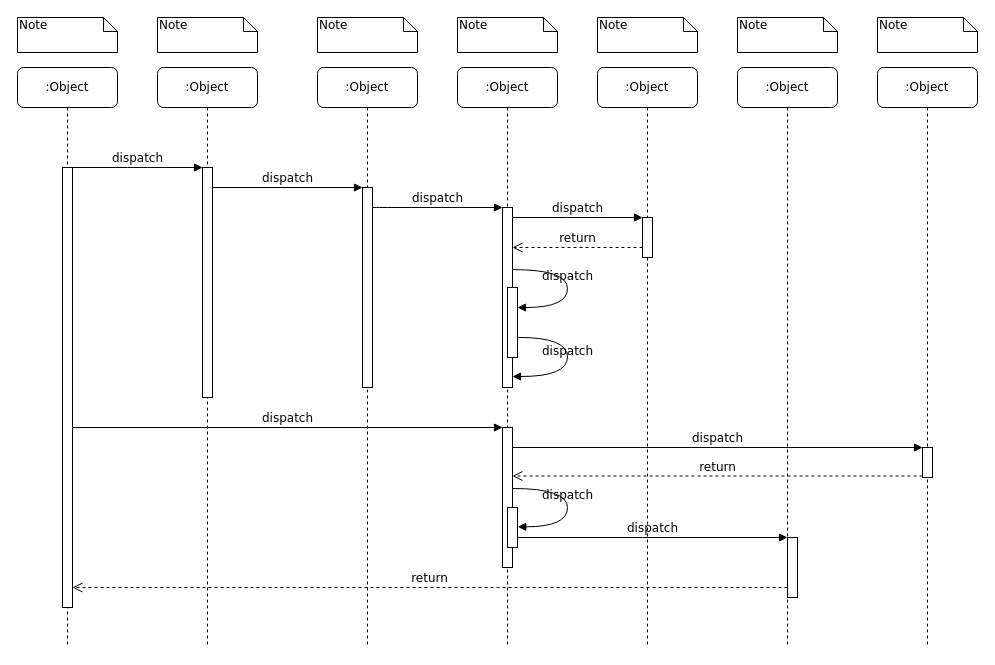
Above: server Diagram.drawio in acodetailor/uml (draw.io), before the change. Source tidied: cells renumbered, new cells numbered last; positions are measured from the earlier drawing's top-left corner, leaving out a move shared by most shapes. Both pictures are drawn from the tidied source at 100%, with x=0, y=0 at pixel (17, 17).
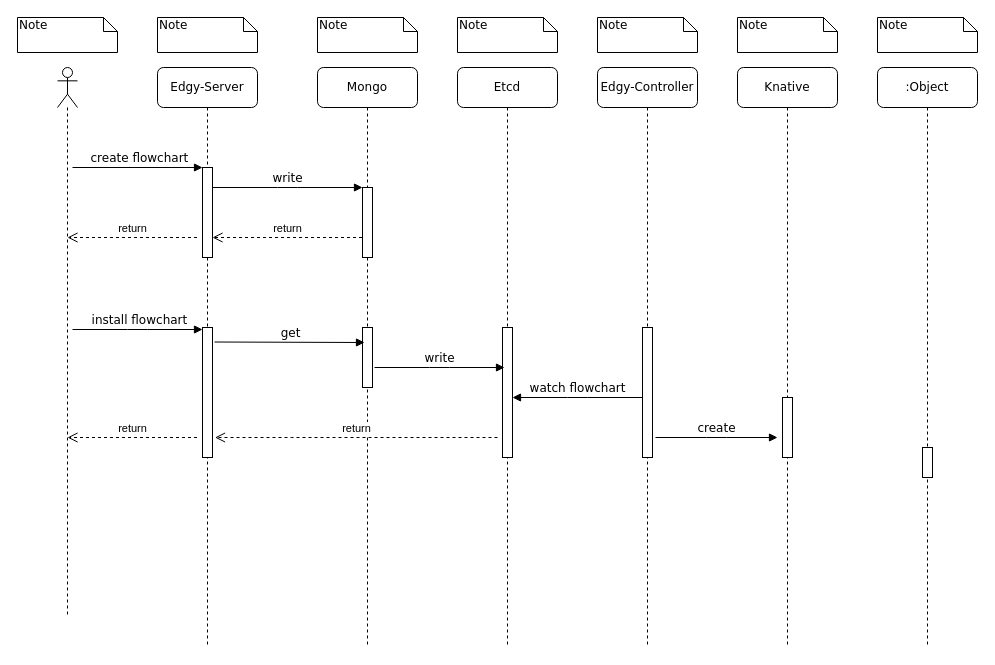
Above is the later version.

The change refers to these unchanged cells:
```xml
<mxCell id="19" style="html=1;points=[];perimeter=orthogonalPerimeter;rounded=0;shadow=0;comic=0;labelBackgroundColor=none;strokeColor=#000000;strokeWidth=1;fillColor=#FFFFFF;fontFamily=Verdana;fontSize=12;fontColor=#000000;align=center;" parent="1" vertex="1">
  <mxGeometry x="905" y="430" width="10" height="30" as="geometry" />
</mxCell>
```

Change to the diagram source:
```diff
@@
-    <mxCell id="2" value=":Object" style="shape=umlLifeline;perimeter=lifelinePerimeter;whiteSpace=wrap;html=1;rounded=1;shadow=0;comic=0;labelBackgroundColor=none;strokeWidth=1;fontFamily=Verdana;fontSize=12;align=center;" parent="1" vertex="1">
+    <mxCell id="2" value="Edgy-Server" style="shape=umlLifeline;perimeter=lifelinePerimeter;whiteSpace=wrap;html=1;rounded=1;shadow=0;comic=0;labelBackgroundColor=none;strokeWidth=1;fontFamily=Verdana;fontSize=12;align=center;" parent="1" vertex="1">
       <mxGeometry x="140" y="50" width="100" height="580" as="geometry" />
     </mxCell>
     <mxCell id="3" style="html=1;points=[];perimeter=orthogonalPerimeter;rounded=0;shadow=0;comic=0;labelBackgroundColor=none;strokeWidth=1;fontFamily=Verdana;fontSize=12;align=center;" parent="2" vertex="1">
-      <mxGeometry x="45" y="100" width="10" height="230" as="geometry" />
+      <mxGeometry x="45" y="100" width="10" height="90" as="geometry" />
     </mxCell>
+    <mxCell id="39" style="html=1;perimeter=orthogonalPerimeter;rounded=0;shadow=0;comic=0;labelBackgroundColor=none;strokeWidth=1;fontFamily=Verdana;fontSize=12;align=center;" parent="2" vertex="1">
+      <mxGeometry x="45" y="260" width="10" height="130" as="geometry" />
+    </mxCell>
-    <mxCell id="4" value=":Object" style="shape=umlLifeline;perimeter=lifelinePerimeter;whiteSpace=wrap;html=1;rounded=1;shadow=0;comic=0;labelBackgroundColor=none;strokeWidth=1;fontFamily=Verdana;fontSize=12;align=center;" parent="1" vertex="1">
+    <mxCell id="4" value="Mongo" style="shape=umlLifeline;perimeter=lifelinePerimeter;whiteSpace=wrap;html=1;rounded=1;shadow=0;comic=0;labelBackgroundColor=none;strokeWidth=1;fontFamily=Verdana;fontSize=12;align=center;" parent="1" vertex="1">
       <mxGeometry x="300" y="50" width="100" height="580" as="geometry" />
     </mxCell>
     <mxCell id="5" style="html=1;points=[];perimeter=orthogonalPerimeter;rounded=0;shadow=0;comic=0;labelBackgroundColor=none;strokeWidth=1;fontFamily=Verdana;fontSize=12;align=center;" parent="4" vertex="1">
-      <mxGeometry x="45" y="120" width="10" height="200" as="geometry" />
+      <mxGeometry x="45" y="120" width="10" height="70" as="geometry" />
     </mxCell>
+    <mxCell id="40" style="html=1;perimeter=orthogonalPerimeter;rounded=0;shadow=0;comic=0;labelBackgroundColor=none;strokeWidth=1;fontFamily=Verdana;fontSize=12;align=center;" parent="4" vertex="1">
+      <mxGeometry x="45" y="260" width="10" height="60" as="geometry" />
+    </mxCell>
-    <mxCell id="6" value=":Object" style="shape=umlLifeline;perimeter=lifelinePerimeter;whiteSpace=wrap;html=1;rounded=1;shadow=0;comic=0;labelBackgroundColor=none;strokeWidth=1;fontFamily=Verdana;fontSize=12;align=center;" parent="1" vertex="1">
+    <mxCell id="6" value="Etcd" style="shape=umlLifeline;perimeter=lifelinePerimeter;whiteSpace=wrap;html=1;rounded=1;shadow=0;comic=0;labelBackgroundColor=none;strokeWidth=1;fontFamily=Verdana;fontSize=12;align=center;" parent="1" vertex="1">
       <mxGeometry x="440" y="50" width="100" height="580" as="geometry" />
     </mxCell>
+    <mxCell id="12" style="html=1;points=[];perimeter=orthogonalPerimeter;rounded=0;shadow=0;comic=0;labelBackgroundColor=none;strokeWidth=1;fontFamily=Verdana;fontSize=12;align=center;" parent="6" vertex="1">
+      <mxGeometry x="45" y="260" width="10" height="130" as="geometry" />
+    </mxCell>
-    <mxCell id="7" value=":Object" style="shape=umlLifeline;perimeter=lifelinePerimeter;whiteSpace=wrap;html=1;rounded=1;shadow=0;comic=0;labelBackgroundColor=none;strokeWidth=1;fontFamily=Verdana;fontSize=12;align=center;" parent="1" vertex="1">
+    <mxCell id="7" value="Edgy-Controller" style="shape=umlLifeline;perimeter=lifelinePerimeter;whiteSpace=wrap;html=1;rounded=1;shadow=0;comic=0;labelBackgroundColor=none;strokeWidth=1;fontFamily=Verdana;fontSize=12;align=center;" parent="1" vertex="1">
       <mxGeometry x="580" y="50" width="100" height="580" as="geometry" />
     </mxCell>
+    <mxCell id="41" style="html=1;perimeter=orthogonalPerimeter;rounded=0;shadow=0;comic=0;labelBackgroundColor=none;strokeWidth=1;fontFamily=Verdana;fontSize=12;align=center;" parent="7" vertex="1">
+      <mxGeometry x="45" y="260" width="10" height="130" as="geometry" />
+    </mxCell>
-    <mxCell id="8" value=":Object" style="shape=umlLifeline;perimeter=lifelinePerimeter;whiteSpace=wrap;html=1;rounded=1;shadow=0;comic=0;labelBackgroundColor=none;strokeWidth=1;fontFamily=Verdana;fontSize=12;align=center;" parent="1" vertex="1">
+    <mxCell id="8" value="Knative" style="shape=umlLifeline;perimeter=lifelinePerimeter;whiteSpace=wrap;html=1;rounded=1;shadow=0;comic=0;labelBackgroundColor=none;strokeWidth=1;fontFamily=Verdana;fontSize=12;align=center;" parent="1" vertex="1">
       <mxGeometry x="720" y="50" width="100" height="580" as="geometry" />
     </mxCell>
+    <mxCell id="22" style="html=1;points=[];perimeter=orthogonalPerimeter;rounded=0;shadow=0;comic=0;labelBackgroundColor=none;strokeWidth=1;fontFamily=Verdana;fontSize=12;align=center;" parent="8" vertex="1">
+      <mxGeometry x="45" y="330" width="10" height="60" as="geometry" />
+    </mxCell>
@@
-    <mxCell id="10" value=":Object" style="shape=umlLifeline;perimeter=lifelinePerimeter;whiteSpace=wrap;html=1;rounded=1;shadow=0;comic=0;labelBackgroundColor=none;strokeWidth=1;fontFamily=Verdana;fontSize=12;align=center;" parent="1" vertex="1">
-      <mxGeometry y="50" width="100" height="580" as="geometry" />
-    </mxCell>
-    <mxCell id="11" style="html=1;points=[];perimeter=orthogonalPerimeter;rounded=0;shadow=0;comic=0;labelBackgroundColor=none;strokeWidth=1;fontFamily=Verdana;fontSize=12;align=center;" parent="10" vertex="1">
-      <mxGeometry x="45" y="100" width="10" height="440" as="geometry" />
-    </mxCell>
-    <mxCell id="12" style="html=1;points=[];perimeter=orthogonalPerimeter;rounded=0;shadow=0;comic=0;labelBackgroundColor=none;strokeWidth=1;fontFamily=Verdana;fontSize=12;align=center;" parent="1" vertex="1">
-      <mxGeometry x="485" y="190" width="10" height="180" as="geometry" />
-    </mxCell>
-    <mxCell id="13" value="dispatch" style="html=1;verticalAlign=bottom;endArrow=block;labelBackgroundColor=none;fontFamily=Verdana;fontSize=12;edgeStyle=elbowEdgeStyle;elbow=vertical;" parent="1" edge="1" source="5" target="12">
-      <mxGeometry relative="1" as="geometry">
-        <Array as="points">
-          <mxPoint x="360" y="190" />
-        </Array>
-      </mxGeometry>
-    </mxCell>
-    <mxCell id="14" style="html=1;points=[];perimeter=orthogonalPerimeter;rounded=0;shadow=0;comic=0;labelBackgroundColor=none;strokeWidth=1;fontFamily=Verdana;fontSize=12;align=center;" parent="1" vertex="1">
-      <mxGeometry x="625" y="200" width="10" height="40" as="geometry" />
-    </mxCell>
-    <mxCell id="15" value="dispatch" style="html=1;verticalAlign=bottom;endArrow=block;entryX=0;entryY=0;labelBackgroundColor=none;fontFamily=Verdana;fontSize=12;edgeStyle=elbowEdgeStyle;elbow=vertical;" parent="1" edge="1" source="12" target="14">
-      <mxGeometry relative="1" as="geometry" />
-    </mxCell>
-    <mxCell id="16" value="return" style="html=1;verticalAlign=bottom;endArrow=open;dashed=1;endSize=8;labelBackgroundColor=none;fontFamily=Verdana;fontSize=12;edgeStyle=elbowEdgeStyle;elbow=vertical;" parent="1" edge="1" source="14" target="12">
-      <mxGeometry relative="1" as="geometry">
-        <Array as="points">
-          <mxPoint x="570" y="230" />
-          <mxPoint x="600" y="230" />
-        </Array>
-      </mxGeometry>
-    </mxCell>
-    <mxCell id="17" style="html=1;points=[];perimeter=orthogonalPerimeter;rounded=0;shadow=0;comic=0;labelBackgroundColor=none;strokeWidth=1;fontFamily=Verdana;fontSize=12;align=center;" parent="1" vertex="1">
-      <mxGeometry x="485" y="410" width="10" height="140" as="geometry" />
-    </mxCell>
-    <mxCell id="18" value="dispatch" style="html=1;verticalAlign=bottom;endArrow=block;entryX=0;entryY=0;labelBackgroundColor=none;fontFamily=Verdana;fontSize=12;" parent="1" edge="1" source="11" target="17">
-      <mxGeometry relative="1" as="geometry" />
-    </mxCell>
@@
-    <mxCell id="20" value="dispatch" style="html=1;verticalAlign=bottom;endArrow=block;entryX=0;entryY=0;labelBackgroundColor=none;fontFamily=Verdana;fontSize=12;" parent="1" edge="1" source="17" target="19">
-      <mxGeometry relative="1" as="geometry" />
-    </mxCell>
-    <mxCell id="21" value="return" style="html=1;verticalAlign=bottom;endArrow=open;dashed=1;endSize=8;exitX=0;exitY=0.95;labelBackgroundColor=none;fontFamily=Verdana;fontSize=12;" parent="1" edge="1" source="19" target="17">
-      <mxGeometry relative="1" as="geometry" />
-    </mxCell>
-    <mxCell id="22" style="html=1;points=[];perimeter=orthogonalPerimeter;rounded=0;shadow=0;comic=0;labelBackgroundColor=none;strokeWidth=1;fontFamily=Verdana;fontSize=12;align=center;" parent="1" vertex="1">
-      <mxGeometry x="770" y="520" width="10" height="60" as="geometry" />
-    </mxCell>
-    <mxCell id="23" value="dispatch" style="html=1;verticalAlign=bottom;endArrow=block;entryX=0;entryY=0;labelBackgroundColor=none;fontFamily=Verdana;fontSize=12;edgeStyle=elbowEdgeStyle;elbow=vertical;" parent="1" edge="1" source="30" target="22">
-      <mxGeometry relative="1" as="geometry" />
-    </mxCell>
-    <mxCell id="24" value="return" style="html=1;verticalAlign=bottom;endArrow=open;dashed=1;endSize=8;labelBackgroundColor=none;fontFamily=Verdana;fontSize=12;edgeStyle=elbowEdgeStyle;elbow=vertical;" parent="1" edge="1" source="22" target="11">
-      <mxGeometry relative="1" as="geometry">
-        <Array as="points">
-          <mxPoint x="470" y="570" />
-        </Array>
-      </mxGeometry>
-    </mxCell>
-    <mxCell id="25" value="dispatch" style="html=1;verticalAlign=bottom;endArrow=block;entryX=0;entryY=0;labelBackgroundColor=none;fontFamily=Verdana;fontSize=12;edgeStyle=elbowEdgeStyle;elbow=vertical;" parent="1" edge="1" source="11" target="3">
-      <mxGeometry relative="1" as="geometry" />
+    <mxCell id="25" value="&amp;nbsp;create flowchart" style="html=1;verticalAlign=bottom;endArrow=block;entryX=0;entryY=0;labelBackgroundColor=none;fontFamily=Verdana;fontSize=12;edgeStyle=elbowEdgeStyle;elbow=vertical;" parent="1" edge="1" target="3">
+      <mxGeometry relative="1" as="geometry">
+        <mxPoint x="55" y="150" as="sourcePoint" />
+      </mxGeometry>
     </mxCell>
-    <mxCell id="26" value="dispatch" style="html=1;verticalAlign=bottom;endArrow=block;entryX=0;entryY=0;labelBackgroundColor=none;fontFamily=Verdana;fontSize=12;edgeStyle=elbowEdgeStyle;elbow=vertical;" parent="1" edge="1" source="3" target="5">
+    <mxCell id="26" value="write" style="html=1;verticalAlign=bottom;endArrow=block;entryX=0;entryY=0;labelBackgroundColor=none;fontFamily=Verdana;fontSize=12;edgeStyle=elbowEdgeStyle;elbow=vertical;" parent="1" edge="1" source="3" target="5">
       <mxGeometry relative="1" as="geometry" />
     </mxCell>
-    <mxCell id="27" style="html=1;points=[];perimeter=orthogonalPerimeter;rounded=0;shadow=0;comic=0;labelBackgroundColor=none;strokeWidth=1;fontFamily=Verdana;fontSize=12;align=center;" parent="1" vertex="1">
-      <mxGeometry x="490" y="270" width="10" height="70" as="geometry" />
-    </mxCell>
-    <mxCell id="28" value="dispatch" style="html=1;verticalAlign=bottom;endArrow=block;labelBackgroundColor=none;fontFamily=Verdana;fontSize=12;elbow=vertical;edgeStyle=orthogonalEdgeStyle;curved=1;entryX=1;entryY=0.286;entryPerimeter=0;exitX=1.038;exitY=0.345;exitPerimeter=0;" parent="1" edge="1" source="12" target="27">
-      <mxGeometry relative="1" as="geometry">
-        <Array as="points">
-          <mxPoint x="550" y="252" />
-          <mxPoint x="550" y="290" />
-        </Array>
-      </mxGeometry>
-    </mxCell>
-    <mxCell id="29" value="dispatch" style="html=1;verticalAlign=bottom;endArrow=block;labelBackgroundColor=none;fontFamily=Verdana;fontSize=12;elbow=vertical;edgeStyle=orthogonalEdgeStyle;curved=1;exitX=1.066;exitY=0.713;exitPerimeter=0;" parent="1" edge="1" source="27">
-      <mxGeometry relative="1" as="geometry">
-        <mxPoint x="495" y="359" as="targetPoint" />
-        <Array as="points">
-          <mxPoint x="550" y="320" />
-          <mxPoint x="550" y="359" />
-        </Array>
-      </mxGeometry>
-    </mxCell>
-    <mxCell id="30" style="html=1;points=[];perimeter=orthogonalPerimeter;rounded=0;shadow=0;comic=0;labelBackgroundColor=none;strokeWidth=1;fontFamily=Verdana;fontSize=12;align=center;" parent="1" vertex="1">
-      <mxGeometry x="490" y="490" width="10" height="40" as="geometry" />
-    </mxCell>
-    <mxCell id="31" value="dispatch" style="html=1;verticalAlign=bottom;endArrow=block;labelBackgroundColor=none;fontFamily=Verdana;fontSize=12;elbow=vertical;edgeStyle=orthogonalEdgeStyle;curved=1;entryX=1;entryY=0.286;entryPerimeter=0;exitX=1.038;exitY=0.345;exitPerimeter=0;" parent="1" edge="1">
-      <mxGeometry relative="1" as="geometry">
-        <mxPoint x="495.3" y="471" as="sourcePoint" />
-        <mxPoint x="500.3" y="509.3" as="targetPoint" />
-        <Array as="points">
-          <mxPoint x="550" y="471" />
-          <mxPoint x="550" y="509" />
-        </Array>
-      </mxGeometry>
-    </mxCell>
@@
+    <mxCell id="42" style="shape=umlLifeline;participant=umlActor;perimeter=lifelinePerimeter;whiteSpace=wrap;html=1;verticalAlign=top;spacingTop=36;" parent="1" vertex="1">
+      <mxGeometry x="40" y="50" width="20" height="550" as="geometry" />
+    </mxCell>
+    <mxCell id="43" value="return" style="html=1;verticalAlign=bottom;endArrow=open;dashed=1;endSize=8;" parent="1" edge="1">
+      <mxGeometry relative="1" as="geometry">
+        <mxPoint x="344.5" y="220" as="sourcePoint" />
+        <mxPoint x="195" y="220" as="targetPoint" />
+        <Array as="points">
+          <mxPoint x="235" y="220" />
+        </Array>
+      </mxGeometry>
+    </mxCell>
+    <mxCell id="44" value="return" style="html=1;verticalAlign=bottom;endArrow=open;dashed=1;endSize=8;" parent="1" edge="1">
+      <mxGeometry relative="1" as="geometry">
+        <mxPoint x="179.5" y="220" as="sourcePoint" />
+        <mxPoint x="50" y="220" as="targetPoint" />
+      </mxGeometry>
+    </mxCell>
+    <mxCell id="45" value="&amp;nbsp;install flowchart" style="html=1;verticalAlign=bottom;endArrow=block;entryX=0;entryY=0;labelBackgroundColor=none;fontFamily=Verdana;fontSize=12;edgeStyle=elbowEdgeStyle;elbow=vertical;" parent="1" edge="1">
+      <mxGeometry relative="1" as="geometry">
+        <mxPoint x="55" y="312" as="sourcePoint" />
+        <mxPoint x="185" y="312" as="targetPoint" />
+      </mxGeometry>
+    </mxCell>
+    <mxCell id="46" value="get" style="html=1;verticalAlign=bottom;endArrow=block;entryX=0;entryY=0;labelBackgroundColor=none;fontFamily=Verdana;fontSize=12;edgeStyle=elbowEdgeStyle;elbow=vertical;" parent="1" edge="1">
+      <mxGeometry relative="1" as="geometry">
+        <mxPoint x="197" y="324.5" as="sourcePoint" />
+        <mxPoint x="347" y="324.5" as="targetPoint" />
+      </mxGeometry>
+    </mxCell>
+    <mxCell id="47" value="write" style="html=1;verticalAlign=bottom;endArrow=block;entryX=0;entryY=0;labelBackgroundColor=none;fontFamily=Verdana;fontSize=12;edgeStyle=elbowEdgeStyle;elbow=vertical;" parent="1" edge="1">
+      <mxGeometry relative="1" as="geometry">
+        <mxPoint x="357" y="350" as="sourcePoint" />
+        <mxPoint x="487" y="350" as="targetPoint" />
+      </mxGeometry>
+    </mxCell>
+    <mxCell id="48" value="watch flowchart" style="html=1;verticalAlign=bottom;endArrow=block;labelBackgroundColor=none;fontFamily=Verdana;fontSize=12;edgeStyle=elbowEdgeStyle;elbow=vertical;exitX=0.5;exitY=0.778;exitDx=0;exitDy=0;exitPerimeter=0;" parent="1" edge="1">
+      <mxGeometry relative="1" as="geometry">
+        <mxPoint x="625" y="380" as="sourcePoint" />
+        <mxPoint x="495" y="380" as="targetPoint" />
+      </mxGeometry>
+    </mxCell>
+    <mxCell id="49" value="create" style="html=1;verticalAlign=bottom;endArrow=block;labelBackgroundColor=none;fontFamily=Verdana;fontSize=12;edgeStyle=elbowEdgeStyle;elbow=vertical;" parent="1" edge="1">
+      <mxGeometry relative="1" as="geometry">
+        <mxPoint x="638" y="420" as="sourcePoint" />
+        <mxPoint x="760" y="420" as="targetPoint" />
+      </mxGeometry>
+    </mxCell>
+    <mxCell id="50" value="return" style="html=1;verticalAlign=bottom;endArrow=open;dashed=1;endSize=8;" parent="1" edge="1">
+      <mxGeometry relative="1" as="geometry">
+        <mxPoint x="480" y="420" as="sourcePoint" />
+        <mxPoint x="197.5" y="420" as="targetPoint" />
+        <Array as="points">
+          <mxPoint x="284" y="420" />
+        </Array>
+      </mxGeometry>
+    </mxCell>
+    <mxCell id="51" value="return" style="html=1;verticalAlign=bottom;endArrow=open;dashed=1;endSize=8;" parent="1" edge="1">
+      <mxGeometry relative="1" as="geometry">
+        <mxPoint x="179.5" y="420" as="sourcePoint" />
+        <mxPoint x="50" y="420" as="targetPoint" />
+      </mxGeometry>
+    </mxCell>
```
